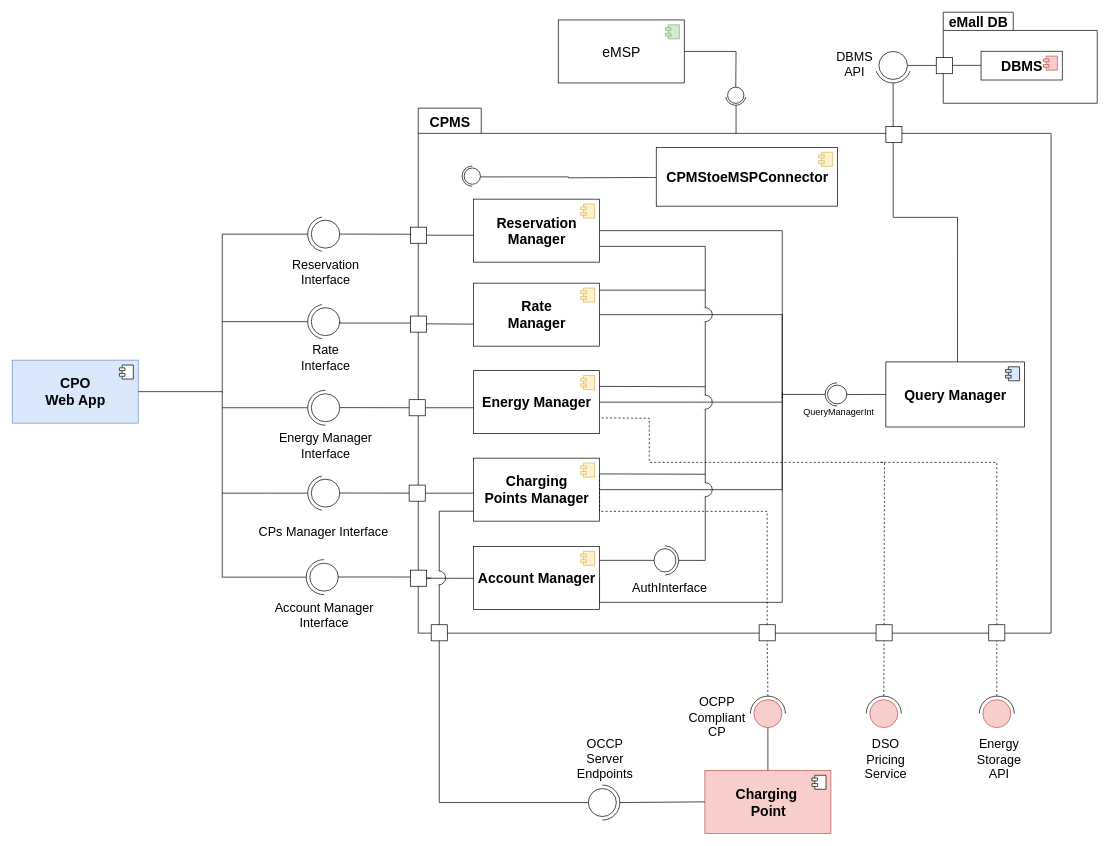
Earlier version of the draw.io diagram DD/src/componentDiagram/cpms_component_diagram.drawio (gio-del/eMall). Source tidied: cells renumbered, new cells numbered last; positions are measured from the earlier drawing's top-left corner, leaving out a move shared by most shapes. Both pictures are drawn from the tidied source at 70%, with x=0, y=0 at pixel (12, 12).
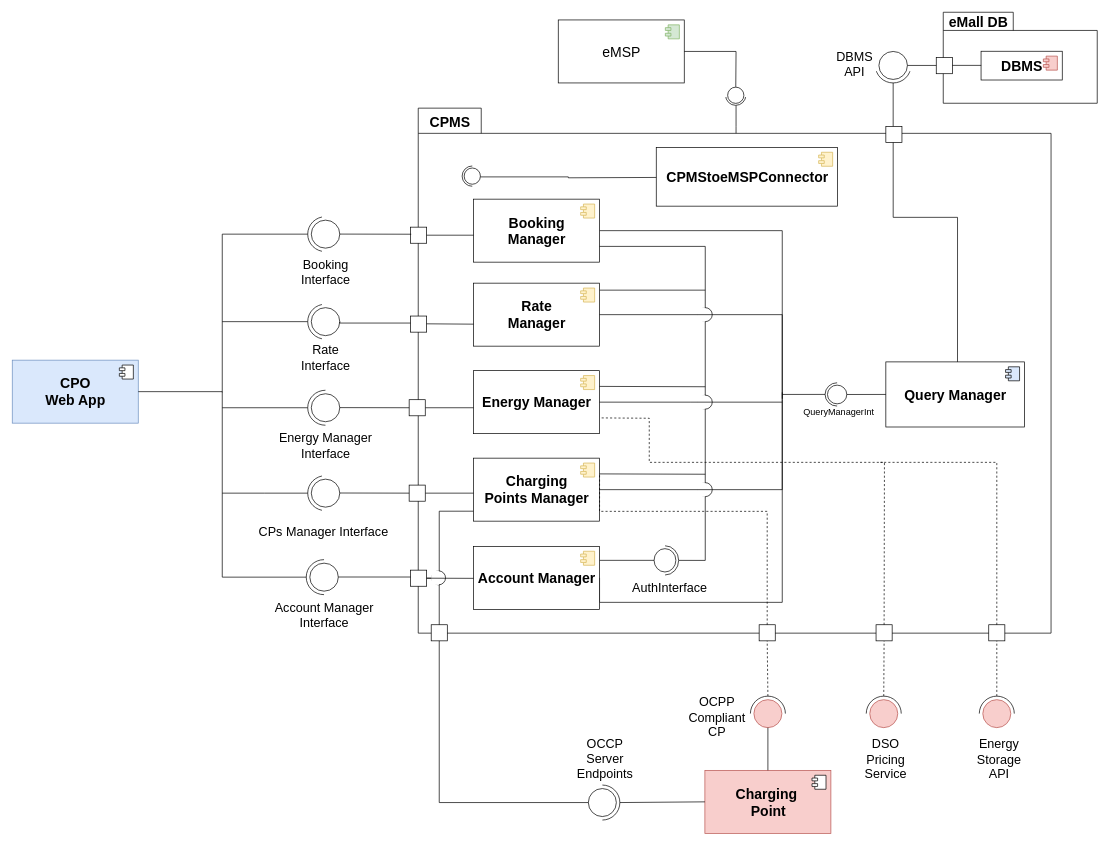
The same diagram, later.

The change refers to these unchanged cells:
```xml
<mxCell id="8" style="group;fontSize=20;" parent="1" vertex="1">
  <mxGeometry x="579" y="227" width="905" height="671" as="geometry" />
</mxCell>
<mxCell id="84" style="group;dashed=1;fontSize=20;" parent="1" vertex="1">
  <mxGeometry x="300" y="287" width="290" height="100" as="geometry" />
</mxCell>
```

The edit, as a diff of the source:
```diff
@@
-    <mxCell id="14" value="&lt;b style=&quot;font-size: 20px;&quot;&gt;Reservation &lt;br style=&quot;font-size: 20px;&quot;&gt;Manager&lt;/b&gt;" style="html=1;fontSize=20;" parent="8" vertex="1">
+    <mxCell id="14" value="&lt;b style=&quot;font-size: 20px&quot;&gt;Booking&lt;br style=&quot;font-size: 20px&quot;&gt;Manager&lt;/b&gt;" style="html=1;fontSize=20;" parent="8" vertex="1">
       <mxGeometry x="80" y="40" width="180" height="90" as="geometry" />
     </mxCell>
@@
-    <mxCell id="88" value="Reservation&lt;br&gt;Interface" style="text;html=1;strokeColor=none;fillColor=none;align=center;verticalAlign=middle;whiteSpace=wrap;rounded=0;fontSize=18;" parent="84" vertex="1">
+    <mxCell id="88" value="Booking&lt;br&gt;Interface" style="text;html=1;strokeColor=none;fillColor=none;align=center;verticalAlign=middle;whiteSpace=wrap;rounded=0;fontSize=18;" parent="84" vertex="1">
       <mxGeometry x="50.7" y="70" width="193.7" height="30" as="geometry" />
     </mxCell>
```
